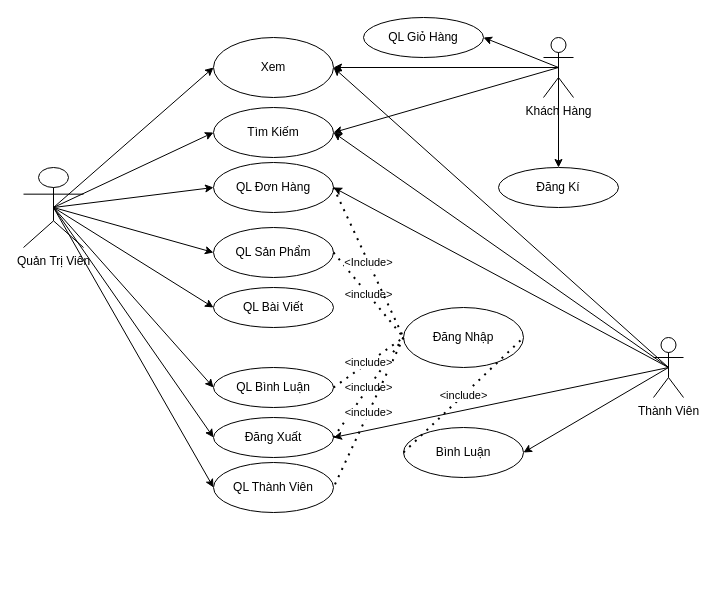
The draw.io diagram Untitled Diagram.drawio in hieupd21/cafeHolic, before the edit. Source tidied: cells renumbered, new cells numbered last; positions are measured from the earlier drawing's top-left corner, leaving out a move shared by most shapes. Both pictures are drawn from the tidied source at 100%, with x=0, y=0 at pixel (23, 17).
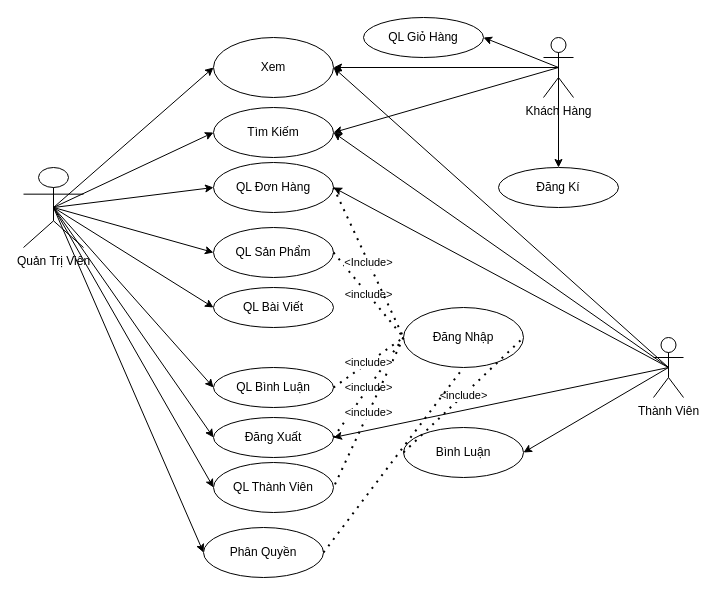
Above is the later version.

The change refers to these unchanged cells:
```xml
<mxCell id="7" value="Đăng Nhập" style="ellipse;whiteSpace=wrap;html=1;" parent="1" vertex="1">
  <mxGeometry x="380" y="290" width="120" height="60" as="geometry" />
</mxCell>
```

Change to the diagram source:
```diff
@@
+    <mxCell id="42" value="Phân Quyền" style="ellipse;whiteSpace=wrap;html=1;" parent="1" vertex="1">
+      <mxGeometry x="180" y="510" width="120" height="50" as="geometry" />
+    </mxCell>
+    <mxCell id="43" style="endArrow=classic;html=1;entryX=0;entryY=0.5;entryDx=0;entryDy=0;" parent="1" edge="1" target="42">
+      <mxGeometry relative="1" as="geometry">
+        <mxPoint x="30" y="190" as="sourcePoint" />
+      </mxGeometry>
+    </mxCell>
+    <mxCell id="44" style="endArrow=none;dashed=1;html=1;dashPattern=1 3;strokeWidth=2;entryX=0.5;entryY=1;entryDx=0;entryDy=0;exitX=1;exitY=0.5;exitDx=0;exitDy=0;" parent="1" edge="1" source="42" target="7">
+      <mxGeometry relative="1" as="geometry" />
+    </mxCell>
```
